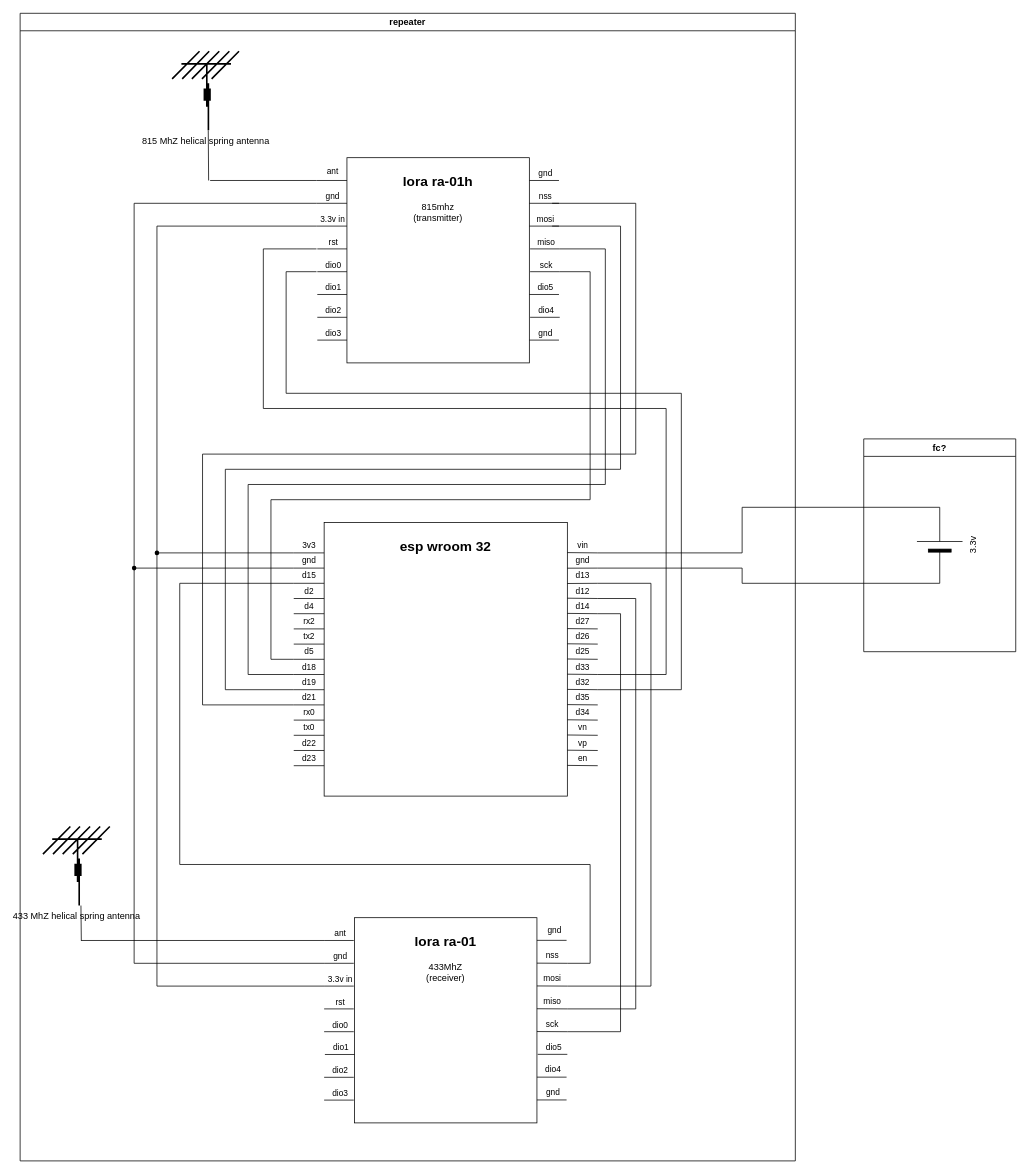
Before: docs/repeater.drawio in Morohiko/teralink, a draw.io diagram. Source tidied: cells renumbered, new cells numbered last; positions are measured from the earlier drawing's top-left corner, leaving out a move shared by most shapes. Both pictures are drawn from the tidied source at 76%, with x=0, y=0 at pixel (20, 13).
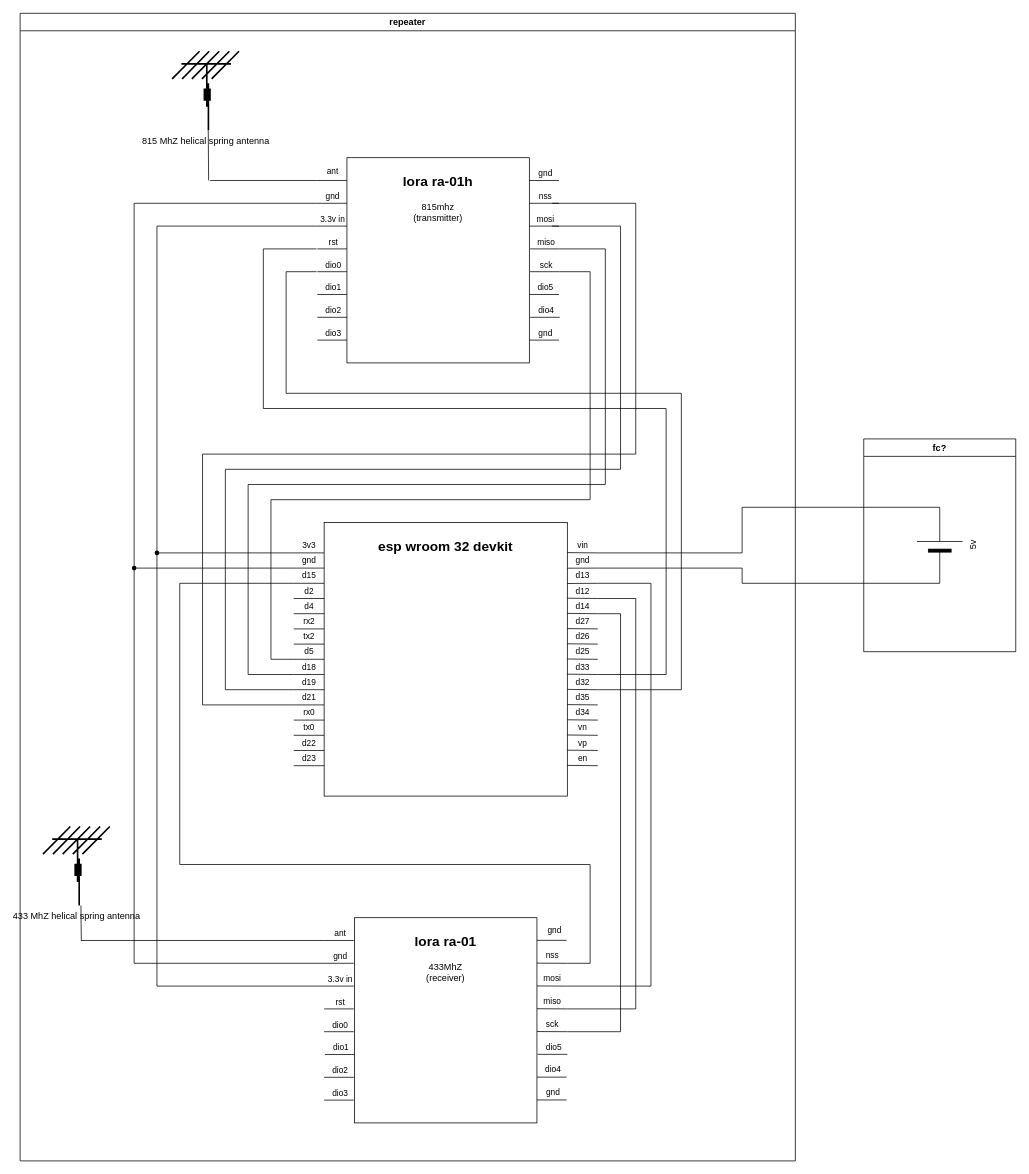
The same diagram, later.

Commit message (it also covers changes not shown here):
update repeater schema

What changed in the source:
```diff
@@
-    <mxCell id="2" value="&lt;h2&gt;esp wroom 32&lt;/h2&gt;" style="rounded=0;whiteSpace=wrap;html=1;horizontal=1;verticalAlign=top;" parent="1" vertex="1">
+    <mxCell id="2" value="&lt;h2&gt;esp wroom 32 devkit&lt;/h2&gt;" style="rounded=0;whiteSpace=wrap;html=1;horizontal=1;verticalAlign=top;" parent="1" vertex="1">
       <mxGeometry x="400" y="670" width="320" height="360" as="geometry" />
     </mxCell>
@@
-    <mxCell id="110" value="3.3v" style="verticalLabelPosition=bottom;shadow=0;dashed=0;align=center;fillColor=strokeColor;html=1;verticalAlign=top;strokeWidth=1;shape=mxgraph.electrical.miscellaneous.monocell_battery;rotation=-90;" parent="1" vertex="1">
+    <mxCell id="110" value="5v" style="verticalLabelPosition=bottom;shadow=0;dashed=0;align=center;fillColor=strokeColor;html=1;verticalAlign=top;strokeWidth=1;shape=mxgraph.electrical.miscellaneous.monocell_battery;rotation=-90;" parent="1" vertex="1">
       <mxGeometry x="1160" y="670" width="100" height="60" as="geometry" />
     </mxCell>
```
